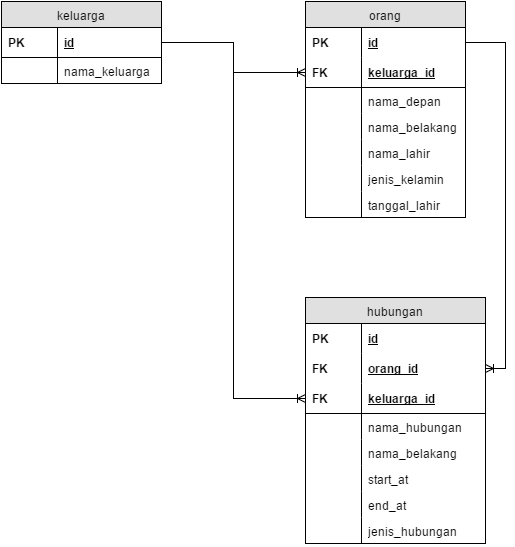
Before: family_schema.png, a diagram exported from draw.io (blanford-fox-2016/schema-family-tree). Source tidied: cells renumbered, new cells last; positions are measured from the earlier drawing's top-left corner, leaving out a move shared by most shapes.
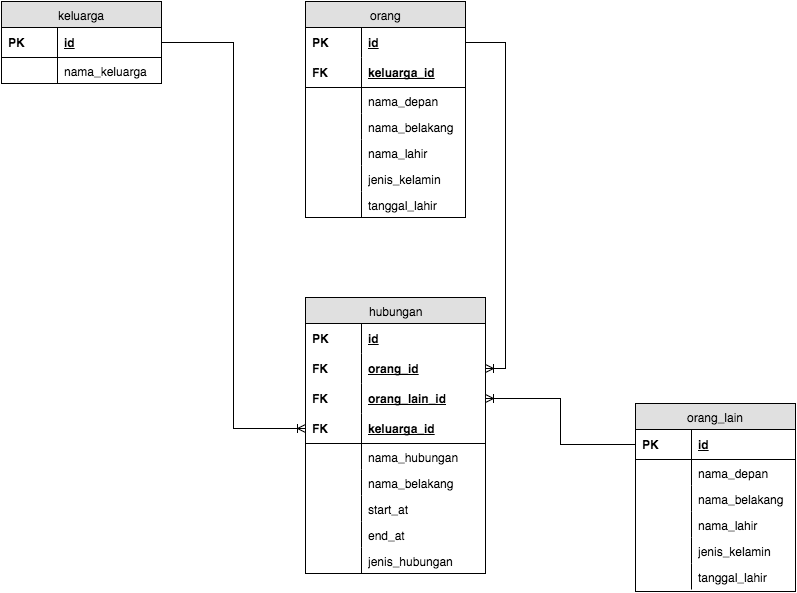
After the change.

Commit message:
schema family revision

What changed in the source:
```diff
@@ -48,7 +48,7 @@
       <mxGeometry width="56" height="26" as="geometry" />
     </mxCell>
     <mxCell id="17" value="hubungan" style="swimlane;html=1;fontStyle=0;horizontal=1;startSize=26;fillColor=#e0e0e0;swimlaneFillColor=#ffffff;align=center;" parent="1" vertex="1">
-      <mxGeometry x="304" y="296" width="180" height="246" as="geometry" />
+      <mxGeometry x="304" y="296" width="180" height="276" as="geometry" />
     </mxCell>
     <mxCell id="18" value="id" style="shape=partialRectangle;top=0;left=0;right=0;bottom=0;html=1;align=left;verticalAlign=middle;fillColor=none;spacingLeft=60;spacingRight=4;whiteSpace=wrap;overflow=hidden;fontStyle=5;" parent="17" vertex="1">
       <mxGeometry y="26" width="180" height="30" as="geometry" />
@@ -62,38 +62,44 @@
     <mxCell id="21" value="FK" style="shape=partialRectangle;fontStyle=1;top=0;left=0;bottom=0;html=1;fillColor=none;align=left;verticalAlign=middle;spacingLeft=4;spacingRight=4;whiteSpace=wrap;overflow=hidden;" parent="20" vertex="1">
       <mxGeometry width="56" height="30" as="geometry" />
     </mxCell>
+    <mxCell id="42" value="orang_lain_id" style="shape=partialRectangle;top=0;left=0;right=0;bottom=0;html=1;align=left;verticalAlign=middle;fillColor=none;spacingLeft=60;spacingRight=4;whiteSpace=wrap;overflow=hidden;points=[[0,0.5],[1,0.5]];portConstraint=eastwest;fontStyle=5;" parent="17" vertex="1">
+      <mxGeometry y="86" width="180" height="30" as="geometry" />
+    </mxCell>
+    <mxCell id="43" value="FK" style="shape=partialRectangle;fontStyle=1;top=0;left=0;bottom=0;html=1;fillColor=none;align=left;verticalAlign=middle;spacingLeft=4;spacingRight=4;whiteSpace=wrap;overflow=hidden;" parent="42" vertex="1">
+      <mxGeometry width="56" height="30" as="geometry" />
+    </mxCell>
     <mxCell id="22" value="keluarga_id" style="shape=partialRectangle;top=0;left=0;right=0;bottom=1;html=1;align=left;verticalAlign=middle;fillColor=none;spacingLeft=60;spacingRight=4;whiteSpace=wrap;overflow=hidden;points=[[0,0.5],[1,0.5]];portConstraint=eastwest;fontStyle=5;" parent="17" vertex="1">
-      <mxGeometry y="86" width="180" height="30" as="geometry" />
+      <mxGeometry y="116" width="180" height="30" as="geometry" />
     </mxCell>
     <mxCell id="23" value="FK" style="shape=partialRectangle;fontStyle=1;top=0;left=0;bottom=0;html=1;fillColor=none;align=left;verticalAlign=middle;spacingLeft=4;spacingRight=4;whiteSpace=wrap;overflow=hidden;" parent="22" vertex="1">
       <mxGeometry width="56" height="30" as="geometry" />
     </mxCell>
     <mxCell id="24" value="nama_hubungan" style="shape=partialRectangle;top=0;left=0;right=0;bottom=0;html=1;align=left;verticalAlign=top;fillColor=none;spacingLeft=60;spacingRight=4;whiteSpace=wrap;overflow=hidden;" parent="17" vertex="1">
-      <mxGeometry y="116" width="180" height="26" as="geometry" />
+      <mxGeometry y="146" width="180" height="26" as="geometry" />
     </mxCell>
     <mxCell id="25" style="shape=partialRectangle;top=0;left=0;bottom=0;html=1;fillColor=none;align=left;verticalAlign=top;spacingLeft=4;spacingRight=4;whiteSpace=wrap;overflow=hidden;" parent="24" vertex="1">
       <mxGeometry width="56" height="26" as="geometry" />
     </mxCell>
     <mxCell id="26" value="nama_belakang" style="shape=partialRectangle;top=0;left=0;right=0;bottom=0;html=1;align=left;verticalAlign=top;fillColor=none;spacingLeft=60;spacingRight=4;whiteSpace=wrap;overflow=hidden;" parent="17" vertex="1">
-      <mxGeometry y="142" width="180" height="26" as="geometry" />
+      <mxGeometry y="172" width="180" height="26" as="geometry" />
     </mxCell>
     <mxCell id="27" style="shape=partialRectangle;top=0;left=0;bottom=0;html=1;fillColor=none;align=left;verticalAlign=top;spacingLeft=4;spacingRight=4;whiteSpace=wrap;overflow=hidden;" parent="26" vertex="1">
       <mxGeometry width="56" height="26" as="geometry" />
     </mxCell>
     <mxCell id="28" value="start_at" style="shape=partialRectangle;top=0;left=0;right=0;bottom=0;html=1;align=left;verticalAlign=top;fillColor=none;spacingLeft=60;spacingRight=4;whiteSpace=wrap;overflow=hidden;" parent="17" vertex="1">
-      <mxGeometry y="168" width="180" height="26" as="geometry" />
+      <mxGeometry y="198" width="180" height="26" as="geometry" />
     </mxCell>
     <mxCell id="29" style="shape=partialRectangle;top=0;left=0;bottom=0;html=1;fillColor=none;align=left;verticalAlign=top;spacingLeft=4;spacingRight=4;whiteSpace=wrap;overflow=hidden;" parent="28" vertex="1">
       <mxGeometry width="56" height="26" as="geometry" />
     </mxCell>
     <mxCell id="30" value="end_at" style="shape=partialRectangle;top=0;left=0;right=0;bottom=0;html=1;align=left;verticalAlign=top;fillColor=none;spacingLeft=60;spacingRight=4;whiteSpace=wrap;overflow=hidden;" parent="17" vertex="1">
-      <mxGeometry y="194" width="180" height="26" as="geometry" />
+      <mxGeometry y="224" width="180" height="26" as="geometry" />
     </mxCell>
     <mxCell id="31" style="shape=partialRectangle;top=0;left=0;bottom=0;html=1;fillColor=none;align=left;verticalAlign=top;spacingLeft=4;spacingRight=4;whiteSpace=wrap;overflow=hidden;" parent="30" vertex="1">
       <mxGeometry width="56" height="26" as="geometry" />
     </mxCell>
     <mxCell id="32" value="jenis_hubungan" style="shape=partialRectangle;top=0;left=0;right=0;bottom=0;html=1;align=left;verticalAlign=top;fillColor=none;spacingLeft=60;spacingRight=4;whiteSpace=wrap;overflow=hidden;" parent="17" vertex="1">
-      <mxGeometry y="220" width="180" height="26" as="geometry" />
+      <mxGeometry y="250" width="180" height="26" as="geometry" />
     </mxCell>
     <mxCell id="33" style="shape=partialRectangle;top=0;left=0;bottom=0;html=1;fillColor=none;align=left;verticalAlign=top;spacingLeft=4;spacingRight=4;whiteSpace=wrap;overflow=hidden;" parent="32" vertex="1">
       <mxGeometry width="56" height="26" as="geometry" />
@@ -113,14 +119,53 @@
     <mxCell id="38" style="shape=partialRectangle;top=0;left=0;bottom=0;html=1;fillColor=none;align=left;verticalAlign=top;spacingLeft=4;spacingRight=4;whiteSpace=wrap;overflow=hidden;" parent="37" vertex="1">
       <mxGeometry width="56" height="26" as="geometry" />
     </mxCell>
-    <mxCell id="39" style="edgeStyle=orthogonalEdgeStyle;rounded=0;html=1;exitX=1;exitY=0.5;entryX=0;entryY=0.5;startArrow=none;startFill=0;endArrow=ERoneToMany;endFill=0;jettySize=auto;" parent="1" edge="1" source="35" target="5">
-      <mxGeometry relative="1" as="geometry" />
-    </mxCell>
     <mxCell id="40" style="edgeStyle=orthogonalEdgeStyle;rounded=0;html=1;exitX=1;exitY=0.5;entryX=0;entryY=0.5;startArrow=none;startFill=0;endArrow=ERoneToMany;endFill=0;jettySize=auto;" parent="1" edge="1" source="35" target="22">
       <mxGeometry relative="1" as="geometry" />
     </mxCell>
     <mxCell id="41" style="edgeStyle=orthogonalEdgeStyle;rounded=0;html=1;exitX=1;exitY=0.5;entryX=1;entryY=0.5;startArrow=none;startFill=0;endArrow=ERoneToMany;endFill=0;jettySize=auto;" parent="1" edge="1" source="3" target="20">
       <mxGeometry relative="1" as="geometry" />
     </mxCell>
+    <mxCell id="44" value="orang_lain" style="swimlane;html=1;fontStyle=0;horizontal=1;startSize=26;fillColor=#e0e0e0;swimlaneFillColor=#ffffff;align=center;" parent="1" vertex="1">
+      <mxGeometry x="634" y="402" width="160" height="188" as="geometry" />
+    </mxCell>
+    <mxCell id="45" value="id" style="shape=partialRectangle;top=0;left=0;right=0;bottom=1;html=1;align=left;verticalAlign=middle;fillColor=none;spacingLeft=60;spacingRight=4;whiteSpace=wrap;overflow=hidden;points=[[0,0.5],[1,0.5]];portConstraint=eastwest;fontStyle=5;" parent="44" vertex="1">
+      <mxGeometry y="26" width="160" height="30" as="geometry" />
+    </mxCell>
+    <mxCell id="46" value="PK" style="shape=partialRectangle;fontStyle=1;top=0;left=0;bottom=0;html=1;fillColor=none;align=left;verticalAlign=middle;spacingLeft=4;spacingRight=4;whiteSpace=wrap;overflow=hidden;" parent="45" vertex="1">
+      <mxGeometry width="56" height="30" as="geometry" />
+    </mxCell>
+    <mxCell id="47" value="nama_depan" style="shape=partialRectangle;top=0;left=0;right=0;bottom=0;html=1;align=left;verticalAlign=top;fillColor=none;spacingLeft=60;spacingRight=4;whiteSpace=wrap;overflow=hidden;" parent="44" vertex="1">
+      <mxGeometry y="56" width="160" height="26" as="geometry" />
+    </mxCell>
+    <mxCell id="48" style="shape=partialRectangle;top=0;left=0;bottom=0;html=1;fillColor=none;align=left;verticalAlign=top;spacingLeft=4;spacingRight=4;whiteSpace=wrap;overflow=hidden;" parent="47" vertex="1">
+      <mxGeometry width="56" height="26" as="geometry" />
+    </mxCell>
+    <mxCell id="49" value="nama_belakang" style="shape=partialRectangle;top=0;left=0;right=0;bottom=0;html=1;align=left;verticalAlign=top;fillColor=none;spacingLeft=60;spacingRight=4;whiteSpace=wrap;overflow=hidden;" parent="44" vertex="1">
+      <mxGeometry y="82" width="160" height="26" as="geometry" />
+    </mxCell>
+    <mxCell id="50" style="shape=partialRectangle;top=0;left=0;bottom=0;html=1;fillColor=none;align=left;verticalAlign=top;spacingLeft=4;spacingRight=4;whiteSpace=wrap;overflow=hidden;" parent="49" vertex="1">
+      <mxGeometry width="56" height="26" as="geometry" />
+    </mxCell>
+    <mxCell id="51" value="nama_lahir" style="shape=partialRectangle;top=0;left=0;right=0;bottom=0;html=1;align=left;verticalAlign=top;fillColor=none;spacingLeft=60;spacingRight=4;whiteSpace=wrap;overflow=hidden;" parent="44" vertex="1">
+      <mxGeometry y="108" width="160" height="26" as="geometry" />
+    </mxCell>
+    <mxCell id="52" style="shape=partialRectangle;top=0;left=0;bottom=0;html=1;fillColor=none;align=left;verticalAlign=top;spacingLeft=4;spacingRight=4;whiteSpace=wrap;overflow=hidden;" parent="51" vertex="1">
+      <mxGeometry width="56" height="26" as="geometry" />
+    </mxCell>
+    <mxCell id="53" value="jenis_kelamin" style="shape=partialRectangle;top=0;left=0;right=0;bottom=0;html=1;align=left;verticalAlign=top;fillColor=none;spacingLeft=60;spacingRight=4;whiteSpace=wrap;overflow=hidden;" parent="44" vertex="1">
+      <mxGeometry y="134" width="160" height="26" as="geometry" />
+    </mxCell>
+    <mxCell id="54" style="shape=partialRectangle;top=0;left=0;bottom=0;html=1;fillColor=none;align=left;verticalAlign=top;spacingLeft=4;spacingRight=4;whiteSpace=wrap;overflow=hidden;" parent="53" vertex="1">
+      <mxGeometry width="56" height="26" as="geometry" />
+    </mxCell>
+    <mxCell id="55" value="tanggal_lahir" style="shape=partialRectangle;top=0;left=0;right=0;bottom=0;html=1;align=left;verticalAlign=top;fillColor=none;spacingLeft=60;spacingRight=4;whiteSpace=wrap;overflow=hidden;" parent="44" vertex="1">
+      <mxGeometry y="160" width="160" height="26" as="geometry" />
+    </mxCell>
+    <mxCell id="56" style="shape=partialRectangle;top=0;left=0;bottom=0;html=1;fillColor=none;align=left;verticalAlign=top;spacingLeft=4;spacingRight=4;whiteSpace=wrap;overflow=hidden;" parent="55" vertex="1">
+      <mxGeometry width="56" height="26" as="geometry" />
+    </mxCell>
+    <mxCell id="57" style="edgeStyle=orthogonalEdgeStyle;rounded=0;html=1;exitX=0;exitY=0.5;entryX=1;entryY=0.5;endArrow=ERoneToMany;endFill=0;jettySize=auto;" parent="1" edge="1" source="45" target="42">
+      <mxGeometry relative="1" as="geometry" />
+    </mxCell>
   </root>
 </mxGraphModel>
```
